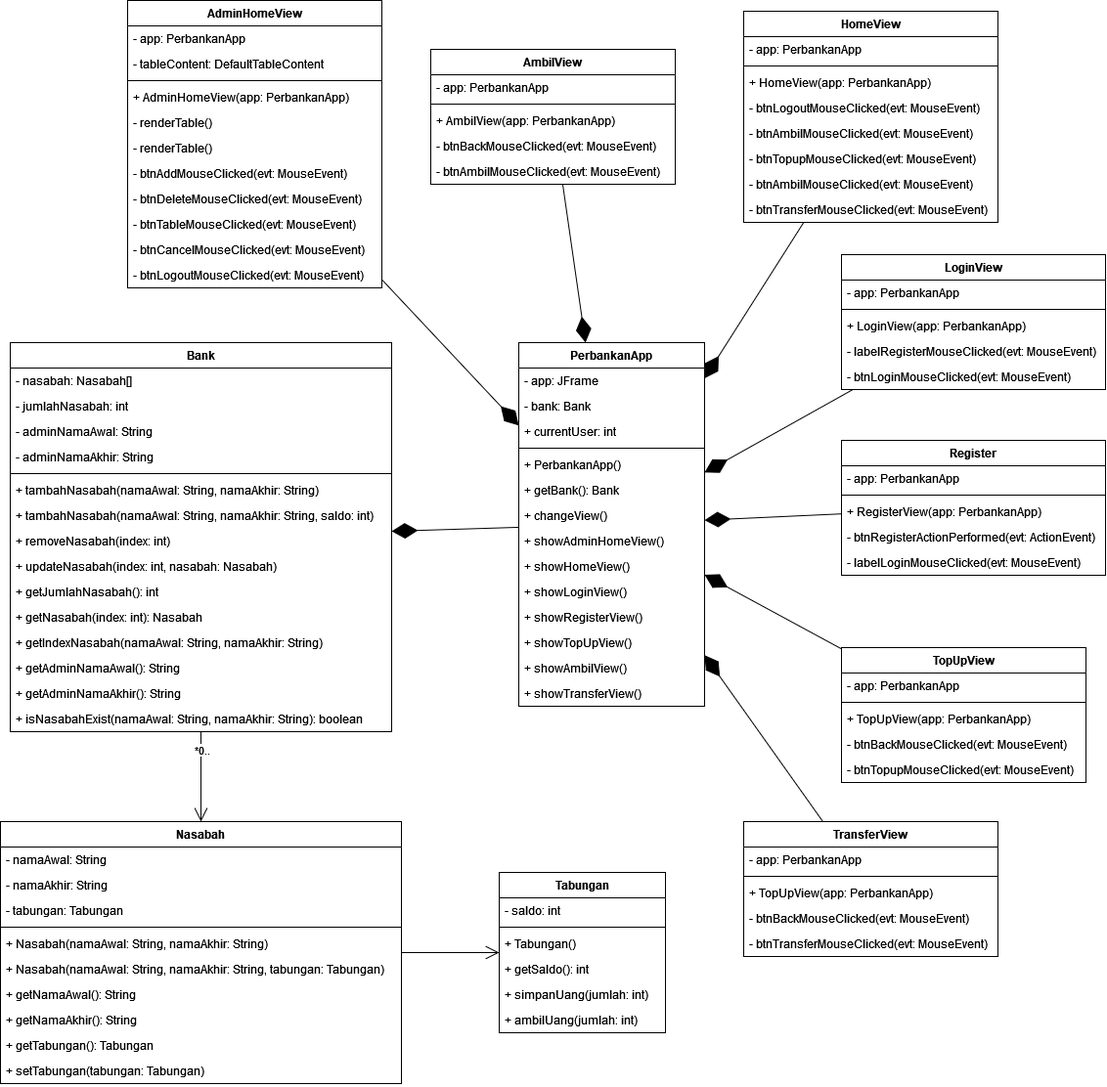
The draw.io diagram PerbankanAppClassDiagram.drawio.png in MasLazu/perbankan-app, before a commit. Source tidied: cells renumbered, new cells last; positions are measured from the earlier drawing's top-left corner, leaving out a move shared by most shapes.
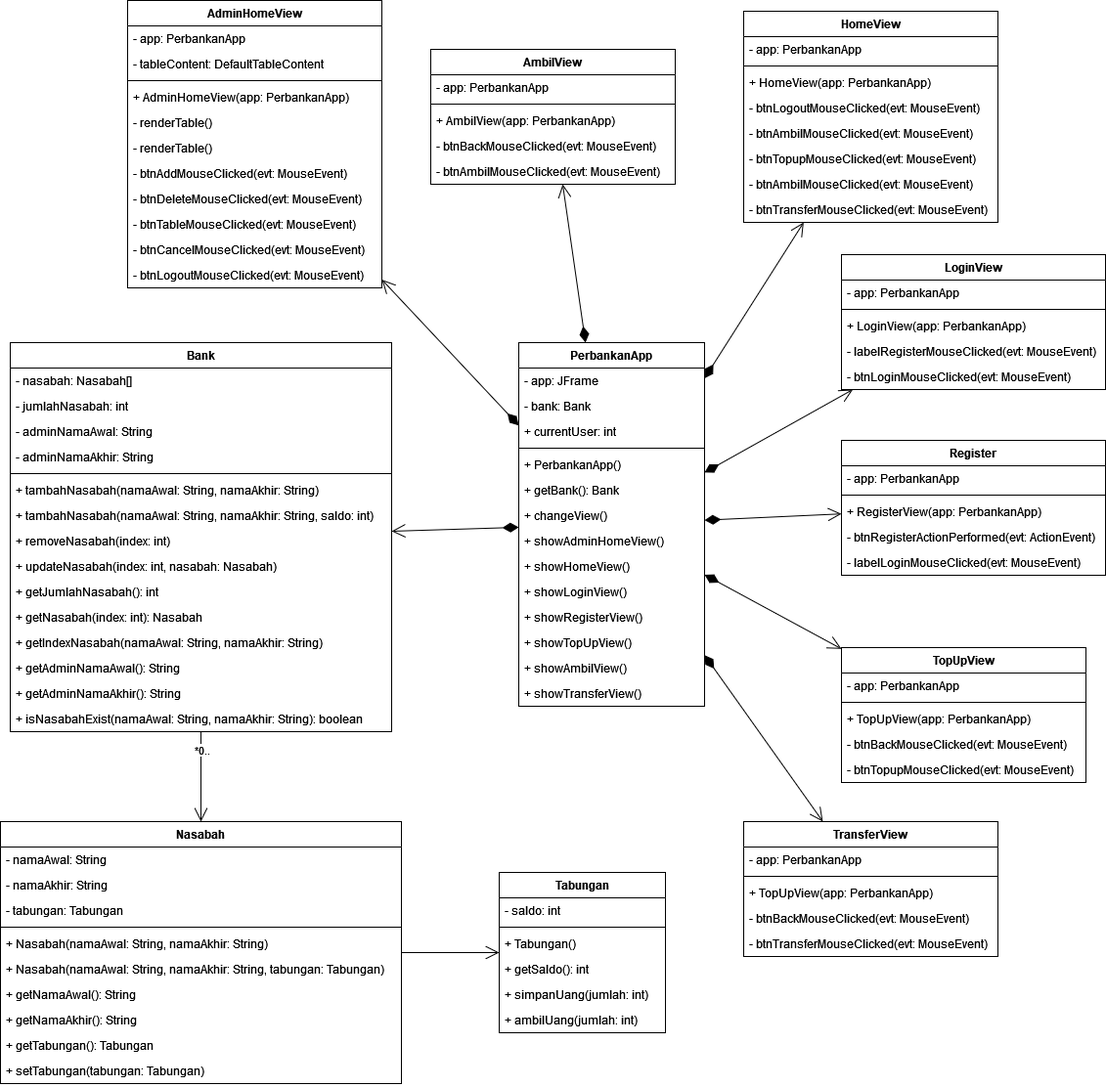
After the commit.

Commit message:
fix class diagram

The edit, as a diff of the source:
```diff
@@ -311,29 +311,29 @@
     <mxCell id="104" value="*0.." style="edgeLabel;html=1;align=center;verticalAlign=middle;" parent="103" vertex="1">
       <mxGeometry x="-0.61" relative="1" as="geometry" />
     </mxCell>
-    <mxCell id="105" style="endArrow=diamondThin;endFill=1;endSize=24;html=1;rounded=0;" parent="1" edge="1" source="36" target="20">
-      <mxGeometry relative="1" as="geometry" />
+    <mxCell id="105" style="endArrow=open;html=1;endSize=12;startArrow=diamondThin;startSize=14;startFill=1;align=left;verticalAlign=bottom;rounded=0;" parent="1" edge="1" source="36" target="20">
+      <mxGeometry x="-1" y="3" relative="1" as="geometry" />
     </mxCell>
-    <mxCell id="106" style="endArrow=diamondThin;endFill=1;endSize=24;html=1;rounded=0;" parent="1" edge="1" source="96" target="36">
-      <mxGeometry relative="1" as="geometry" />
-    </mxCell>
-    <mxCell id="107" style="endArrow=diamondThin;endFill=1;endSize=24;html=1;rounded=0;" parent="1" edge="1" source="90" target="36">
-      <mxGeometry relative="1" as="geometry" />
-    </mxCell>
-    <mxCell id="108" style="endArrow=diamondThin;endFill=1;endSize=24;html=1;rounded=0;" parent="1" edge="1" source="84" target="36">
-      <mxGeometry relative="1" as="geometry" />
-    </mxCell>
-    <mxCell id="109" style="endArrow=diamondThin;endFill=1;endSize=24;html=1;rounded=0;" parent="1" edge="1" source="78" target="36">
-      <mxGeometry relative="1" as="geometry" />
-    </mxCell>
-    <mxCell id="110" style="endArrow=diamondThin;endFill=1;endSize=24;html=1;rounded=0;" parent="1" edge="1" source="69" target="36">
-      <mxGeometry relative="1" as="geometry" />
-    </mxCell>
-    <mxCell id="111" style="endArrow=diamondThin;endFill=1;endSize=24;html=1;rounded=0;" parent="1" edge="1" source="63" target="36">
-      <mxGeometry relative="1" as="geometry" />
-    </mxCell>
-    <mxCell id="112" style="endArrow=diamondThin;endFill=1;endSize=24;html=1;rounded=0;" parent="1" edge="1" source="51" target="36">
-      <mxGeometry relative="1" as="geometry" />
-    </mxCell>
+    <mxCell id="113" style="endArrow=open;html=1;endSize=12;startArrow=diamondThin;startSize=14;startFill=1;align=left;verticalAlign=bottom;rounded=0;" parent="1" edge="1" source="36" target="51">
+      <mxGeometry x="-1" y="3" relative="1" as="geometry" />
+    </mxCell>
+    <mxCell id="114" style="endArrow=open;html=1;endSize=12;startArrow=diamondThin;startSize=14;startFill=1;align=left;verticalAlign=bottom;rounded=0;" parent="1" edge="1" source="36" target="63">
+      <mxGeometry x="-1" y="3" relative="1" as="geometry" />
+    </mxCell>
+    <mxCell id="115" style="endArrow=open;html=1;endSize=12;startArrow=diamondThin;startSize=14;startFill=1;align=left;verticalAlign=bottom;rounded=0;" parent="1" edge="1" source="36" target="69">
+      <mxGeometry x="-1" y="3" relative="1" as="geometry" />
+    </mxCell>
+    <mxCell id="116" style="endArrow=open;html=1;endSize=12;startArrow=diamondThin;startSize=14;startFill=1;align=left;verticalAlign=bottom;rounded=0;" parent="1" edge="1" source="36" target="78">
+      <mxGeometry x="-1" y="3" relative="1" as="geometry" />
+    </mxCell>
+    <mxCell id="117" style="endArrow=open;html=1;endSize=12;startArrow=diamondThin;startSize=14;startFill=1;align=left;verticalAlign=bottom;rounded=0;" parent="1" edge="1" source="36" target="84">
+      <mxGeometry x="-1" y="3" relative="1" as="geometry" />
+    </mxCell>
+    <mxCell id="118" style="endArrow=open;html=1;endSize=12;startArrow=diamondThin;startSize=14;startFill=1;align=left;verticalAlign=bottom;rounded=0;" parent="1" edge="1" source="36" target="90">
+      <mxGeometry x="-1" y="3" relative="1" as="geometry" />
+    </mxCell>
+    <mxCell id="119" style="endArrow=open;html=1;endSize=12;startArrow=diamondThin;startSize=14;startFill=1;align=left;verticalAlign=bottom;rounded=0;" parent="1" edge="1" source="36" target="96">
+      <mxGeometry x="-1" y="3" relative="1" as="geometry" />
+    </mxCell>
   </root>
 </mxGraphModel>
```
